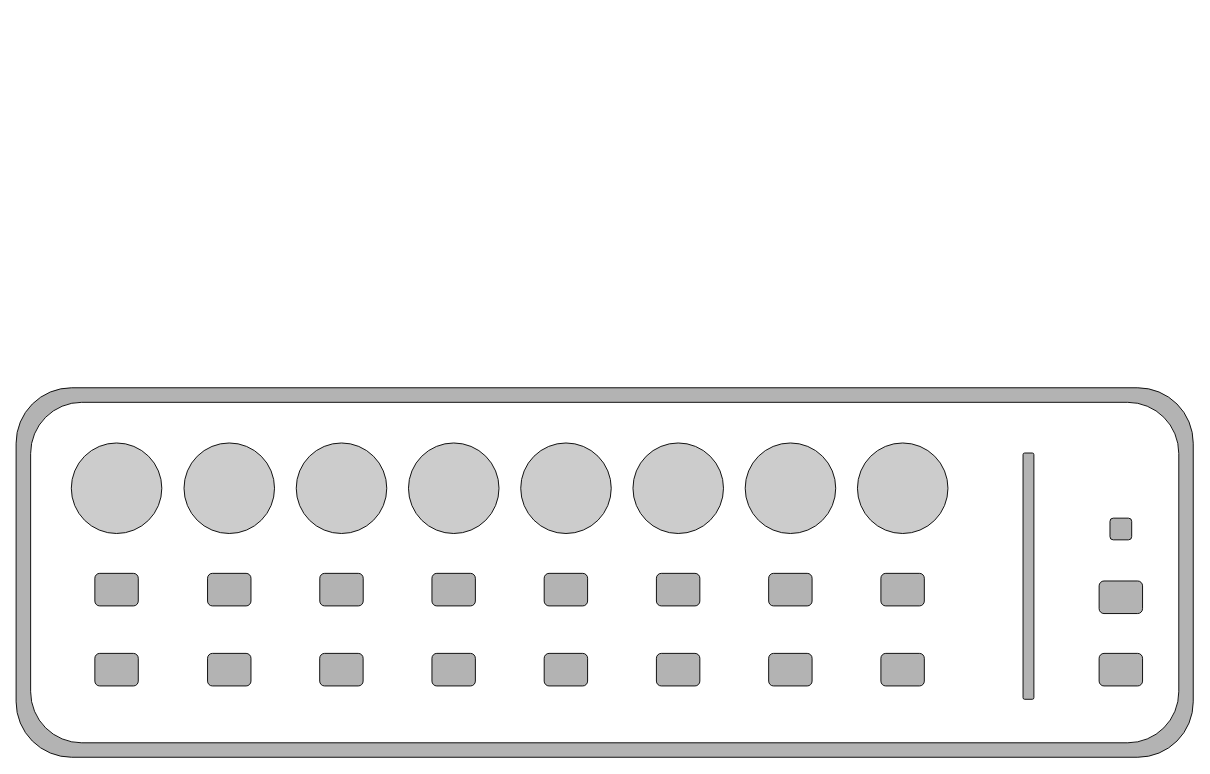
Before: overlays/X-Touch Mini/X-Touch Mini Template.drawio in ereidelbach/dcs, a draw.io diagram. Source tidied: cells renumbered, new cells numbered last; positions are measured from the earlier drawing's top-left corner, leaving out a move shared by most shapes. Both pictures are drawn from the tidied source at 92%, with x=0, y=0 at pixel (16, 387).
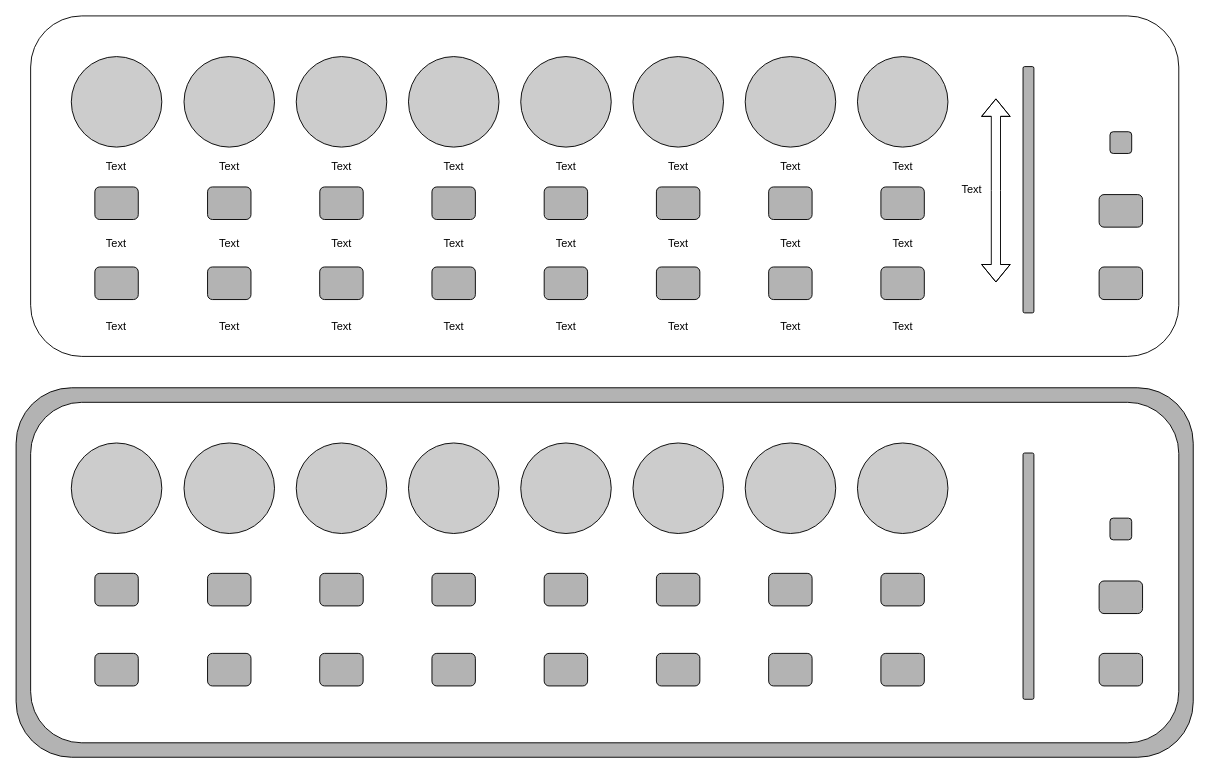
The same diagram, later.

Commit message:
Update X-Touch Mini Template.drawio with text boxes

Diff of the diagram source:
```diff
@@
+    <mxCell id="32" style="rounded=1;whiteSpace=wrap;html=1;glass=0;shadow=0;" parent="1" vertex="1">
+      <mxGeometry x="15.8" y="-404.2" width="1248" height="370.1" as="geometry" />
+    </mxCell>
+    <mxCell id="33" style="ellipse;whiteSpace=wrap;html=1;fillColor=#CCCCCC;fontSize=39;fontStyle=1;" parent="1" vertex="1">
+      <mxGeometry x="182.5" y="-360" width="98.4" height="98.4" as="geometry" />
+    </mxCell>
+    <mxCell id="34" style="ellipse;whiteSpace=wrap;html=1;fillColor=#CCCCCC;fontSize=39;fontStyle=1;" parent="1" vertex="1">
+      <mxGeometry x="60" y="-360" width="98.4" height="98.4" as="geometry" />
+    </mxCell>
+    <mxCell id="35" style="ellipse;whiteSpace=wrap;html=1;fillColor=#CCCCCC;fontSize=39;fontStyle=1;" parent="1" vertex="1">
+      <mxGeometry x="304.5" y="-360" width="98.4" height="98.4" as="geometry" />
+    </mxCell>
+    <mxCell id="36" style="ellipse;whiteSpace=wrap;html=1;fillColor=#CCCCCC;fontSize=39;fontStyle=1;" parent="1" vertex="1">
+      <mxGeometry x="426.5" y="-360" width="98.4" height="98.4" as="geometry" />
+    </mxCell>
+    <mxCell id="37" style="ellipse;whiteSpace=wrap;html=1;fillColor=#CCCCCC;fontSize=39;fontStyle=1;" parent="1" vertex="1">
+      <mxGeometry x="548.5" y="-360" width="98.4" height="98.4" as="geometry" />
+    </mxCell>
+    <mxCell id="38" style="ellipse;whiteSpace=wrap;html=1;fillColor=#CCCCCC;fontSize=39;fontStyle=1;" parent="1" vertex="1">
+      <mxGeometry x="670.5" y="-360" width="98.4" height="98.4" as="geometry" />
+    </mxCell>
+    <mxCell id="39" style="ellipse;whiteSpace=wrap;html=1;fillColor=#CCCCCC;fontSize=39;fontStyle=1;" parent="1" vertex="1">
+      <mxGeometry x="792.5" y="-360" width="98.4" height="98.4" as="geometry" />
+    </mxCell>
+    <mxCell id="40" style="ellipse;whiteSpace=wrap;html=1;fillColor=#CCCCCC;fontSize=39;fontStyle=1;" parent="1" vertex="1">
+      <mxGeometry x="914.5" y="-360" width="98.4" height="98.4" as="geometry" />
+    </mxCell>
+    <mxCell id="41" style="rounded=1;whiteSpace=wrap;html=1;fontSize=19;fillColor=#B3B3B3;" parent="1" vertex="1">
+      <mxGeometry x="85.6" y="-218.3" width="47.2" height="35.4" as="geometry" />
+    </mxCell>
+    <mxCell id="42" style="rounded=1;whiteSpace=wrap;html=1;fontSize=19;fillColor=#B3B3B3;" parent="1" vertex="1">
+      <mxGeometry x="85.6" y="-131.3" width="47.2" height="35.4" as="geometry" />
+    </mxCell>
+    <mxCell id="43" style="rounded=1;whiteSpace=wrap;html=1;fontSize=19;fillColor=#B3B3B3;" parent="1" vertex="1">
+      <mxGeometry x="208.1" y="-218.3" width="47.2" height="35.4" as="geometry" />
+    </mxCell>
+    <mxCell id="44" style="rounded=1;whiteSpace=wrap;html=1;fontSize=19;fillColor=#B3B3B3;" parent="1" vertex="1">
+      <mxGeometry x="330.1" y="-218.3" width="47.2" height="35.4" as="geometry" />
+    </mxCell>
+    <mxCell id="45" style="rounded=1;whiteSpace=wrap;html=1;fontSize=19;fillColor=#B3B3B3;" parent="1" vertex="1">
+      <mxGeometry x="452" y="-218.3" width="47.2" height="35.4" as="geometry" />
+    </mxCell>
+    <mxCell id="46" style="rounded=1;whiteSpace=wrap;html=1;fontSize=19;fillColor=#B3B3B3;" parent="1" vertex="1">
+      <mxGeometry x="574" y="-218.3" width="47.2" height="35.4" as="geometry" />
+    </mxCell>
+    <mxCell id="47" style="rounded=1;whiteSpace=wrap;html=1;fontSize=19;fillColor=#B3B3B3;" parent="1" vertex="1">
+      <mxGeometry x="696" y="-218.3" width="47.2" height="35.4" as="geometry" />
+    </mxCell>
+    <mxCell id="48" style="rounded=1;whiteSpace=wrap;html=1;fontSize=19;fillColor=#B3B3B3;" parent="1" vertex="1">
+      <mxGeometry x="818" y="-218.3" width="47.2" height="35.4" as="geometry" />
+    </mxCell>
+    <mxCell id="49" style="rounded=1;whiteSpace=wrap;html=1;fontSize=19;fillColor=#B3B3B3;" parent="1" vertex="1">
+      <mxGeometry x="940" y="-218.3" width="47.2" height="35.4" as="geometry" />
+    </mxCell>
+    <mxCell id="50" style="rounded=1;whiteSpace=wrap;html=1;fontSize=19;fillColor=#B3B3B3;" parent="1" vertex="1">
+      <mxGeometry x="208.1" y="-131.3" width="47.2" height="35.4" as="geometry" />
+    </mxCell>
+    <mxCell id="51" style="rounded=1;whiteSpace=wrap;html=1;fontSize=19;fillColor=#B3B3B3;" parent="1" vertex="1">
+      <mxGeometry x="330" y="-131.3" width="47.2" height="35.4" as="geometry" />
+    </mxCell>
+    <mxCell id="52" style="rounded=1;whiteSpace=wrap;html=1;fontSize=19;fillColor=#B3B3B3;" parent="1" vertex="1">
+      <mxGeometry x="452" y="-131.3" width="47.2" height="35.4" as="geometry" />
+    </mxCell>
+    <mxCell id="53" style="rounded=1;whiteSpace=wrap;html=1;fontSize=19;fillColor=#B3B3B3;" parent="1" vertex="1">
+      <mxGeometry x="574" y="-131.3" width="47.2" height="35.4" as="geometry" />
+    </mxCell>
+    <mxCell id="54" style="rounded=1;whiteSpace=wrap;html=1;fontSize=19;fillColor=#B3B3B3;" parent="1" vertex="1">
+      <mxGeometry x="696" y="-131.3" width="47.2" height="35.4" as="geometry" />
+    </mxCell>
+    <mxCell id="55" style="rounded=1;whiteSpace=wrap;html=1;fontSize=19;fillColor=#B3B3B3;" parent="1" vertex="1">
+      <mxGeometry x="818" y="-131.3" width="47.2" height="35.4" as="geometry" />
+    </mxCell>
+    <mxCell id="56" style="rounded=1;whiteSpace=wrap;html=1;fontSize=19;fillColor=#B3B3B3;" parent="1" vertex="1">
+      <mxGeometry x="940" y="-131.3" width="47.2" height="35.4" as="geometry" />
+    </mxCell>
+    <mxCell id="57" style="rounded=1;whiteSpace=wrap;html=1;fontSize=19;fillColor=#B3B3B3;" parent="1" vertex="1">
+      <mxGeometry x="1177.2" y="-210" width="47.2" height="35.4" as="geometry" />
+    </mxCell>
+    <mxCell id="58" style="rounded=1;whiteSpace=wrap;html=1;fontSize=19;fillColor=#B3B3B3;" parent="1" vertex="1">
+      <mxGeometry x="1177.2" y="-131.3" width="47.2" height="35.4" as="geometry" />
+    </mxCell>
+    <mxCell id="59" style="rounded=1;whiteSpace=wrap;html=1;fillColor=#B3B3B3;fontSize=19;" parent="1" vertex="1">
+      <mxGeometry x="1094.5" y="-349.1" width="11.8" height="267.7" as="geometry" />
+    </mxCell>
+    <mxCell id="60" style="rounded=1;whiteSpace=wrap;html=1;fontSize=19;fillColor=#B3B3B3;" parent="1" vertex="1">
+      <mxGeometry x="1189" y="-278.3" width="23.6" height="23.6" as="geometry" />
+    </mxCell>
+    <mxCell id="61" value="Text" style="text;html=1;strokeColor=none;fillColor=none;align=center;verticalAlign=middle;whiteSpace=wrap;rounded=0;" parent="1" vertex="1">
+      <mxGeometry x="567.6" y="-81.4" width="60" height="30" as="geometry" />
+    </mxCell>
+    <mxCell id="62" value="Text" style="text;html=1;strokeColor=none;fillColor=none;align=center;verticalAlign=middle;whiteSpace=wrap;rounded=0;" parent="1" vertex="1">
+      <mxGeometry x="445.7" y="-81.4" width="60" height="30" as="geometry" />
+    </mxCell>
+    <mxCell id="63" value="Text" style="text;html=1;strokeColor=none;fillColor=none;align=center;verticalAlign=middle;whiteSpace=wrap;rounded=0;" parent="1" vertex="1">
+      <mxGeometry x="445.6" y="-172" width="60" height="30" as="geometry" />
+    </mxCell>
+    <mxCell id="64" value="Text" style="text;html=1;strokeColor=none;fillColor=none;align=center;verticalAlign=middle;whiteSpace=wrap;rounded=0;" parent="1" vertex="1">
+      <mxGeometry x="567.7" y="-172" width="60" height="30" as="geometry" />
+    </mxCell>
+    <mxCell id="65" value="Text" style="text;html=1;strokeColor=none;fillColor=none;align=center;verticalAlign=middle;whiteSpace=wrap;rounded=0;" parent="1" vertex="1">
+      <mxGeometry x="689.6" y="-81.4" width="60" height="30" as="geometry" />
+    </mxCell>
+    <mxCell id="66" value="Text" style="text;html=1;strokeColor=none;fillColor=none;align=center;verticalAlign=middle;whiteSpace=wrap;rounded=0;" parent="1" vertex="1">
+      <mxGeometry x="689.6" y="-172" width="60" height="30" as="geometry" />
+    </mxCell>
+    <mxCell id="67" value="Text" style="text;html=1;strokeColor=none;fillColor=none;align=center;verticalAlign=middle;whiteSpace=wrap;rounded=0;" parent="1" vertex="1">
+      <mxGeometry x="811.6" y="-81.4" width="60" height="30" as="geometry" />
+    </mxCell>
+    <mxCell id="68" value="Text" style="text;html=1;strokeColor=none;fillColor=none;align=center;verticalAlign=middle;whiteSpace=wrap;rounded=0;" parent="1" vertex="1">
+      <mxGeometry x="811.6" y="-172" width="60" height="30" as="geometry" />
+    </mxCell>
+    <mxCell id="69" value="Text" style="text;html=1;strokeColor=none;fillColor=none;align=center;verticalAlign=middle;whiteSpace=wrap;rounded=0;" parent="1" vertex="1">
+      <mxGeometry x="933.6" y="-81.4" width="60" height="30" as="geometry" />
+    </mxCell>
+    <mxCell id="70" value="Text" style="text;html=1;strokeColor=none;fillColor=none;align=center;verticalAlign=middle;whiteSpace=wrap;rounded=0;" parent="1" vertex="1">
+      <mxGeometry x="933.6" y="-172" width="60" height="30" as="geometry" />
+    </mxCell>
+    <mxCell id="71" value="Text" style="text;html=1;strokeColor=none;fillColor=none;align=center;verticalAlign=middle;whiteSpace=wrap;rounded=0;" parent="1" vertex="1">
+      <mxGeometry x="323.6" y="-81.4" width="60" height="30" as="geometry" />
+    </mxCell>
+    <mxCell id="72" value="Text" style="text;html=1;strokeColor=none;fillColor=none;align=center;verticalAlign=middle;whiteSpace=wrap;rounded=0;" parent="1" vertex="1">
+      <mxGeometry x="323.6" y="-172" width="60" height="30" as="geometry" />
+    </mxCell>
+    <mxCell id="73" value="Text" style="text;html=1;strokeColor=none;fillColor=none;align=center;verticalAlign=middle;whiteSpace=wrap;rounded=0;" parent="1" vertex="1">
+      <mxGeometry x="201.7" y="-81.4" width="60" height="30" as="geometry" />
+    </mxCell>
+    <mxCell id="74" value="Text" style="text;html=1;strokeColor=none;fillColor=none;align=center;verticalAlign=middle;whiteSpace=wrap;rounded=0;" parent="1" vertex="1">
+      <mxGeometry x="201.7" y="-172" width="60" height="30" as="geometry" />
+    </mxCell>
+    <mxCell id="75" value="Text" style="text;html=1;strokeColor=none;fillColor=none;align=center;verticalAlign=middle;whiteSpace=wrap;rounded=0;" parent="1" vertex="1">
+      <mxGeometry x="79.2" y="-81.4" width="60" height="30" as="geometry" />
+    </mxCell>
+    <mxCell id="76" value="Text" style="text;html=1;strokeColor=none;fillColor=none;align=center;verticalAlign=middle;whiteSpace=wrap;rounded=0;" parent="1" vertex="1">
+      <mxGeometry x="79.2" y="-172" width="60" height="30" as="geometry" />
+    </mxCell>
+    <mxCell id="77" value="Text" style="text;html=1;strokeColor=none;fillColor=none;align=center;verticalAlign=middle;whiteSpace=wrap;rounded=0;" parent="1" vertex="1">
+      <mxGeometry x="1009" y="-230.3" width="60" height="30" as="geometry" />
+    </mxCell>
+    <mxCell id="78" style="shape=flexArrow;endArrow=classic;startArrow=classic;html=1;rounded=0;" parent="1" edge="1">
+      <mxGeometry relative="1" as="geometry">
+        <mxPoint x="1065" y="-114.5" as="sourcePoint" />
+        <mxPoint x="1065" y="-314.5" as="targetPoint" />
+        <Array as="points">
+          <mxPoint x="1065" y="-214.5" />
+        </Array>
+      </mxGeometry>
+    </mxCell>
+    <mxCell id="79" value="Text" style="text;html=1;strokeColor=none;fillColor=none;align=center;verticalAlign=middle;whiteSpace=wrap;rounded=0;" parent="1" vertex="1">
+      <mxGeometry x="79.2" y="-254.7" width="60" height="30" as="geometry" />
+    </mxCell>
+    <mxCell id="80" value="Text" style="text;html=1;strokeColor=none;fillColor=none;align=center;verticalAlign=middle;whiteSpace=wrap;rounded=0;" parent="1" vertex="1">
+      <mxGeometry x="201.7" y="-254.7" width="60" height="30" as="geometry" />
+    </mxCell>
+    <mxCell id="81" value="Text" style="text;html=1;strokeColor=none;fillColor=none;align=center;verticalAlign=middle;whiteSpace=wrap;rounded=0;" parent="1" vertex="1">
+      <mxGeometry x="323.7" y="-254.7" width="60" height="30" as="geometry" />
+    </mxCell>
+    <mxCell id="82" value="Text" style="text;html=1;strokeColor=none;fillColor=none;align=center;verticalAlign=middle;whiteSpace=wrap;rounded=0;" parent="1" vertex="1">
+      <mxGeometry x="445.6" y="-254.7" width="60" height="30" as="geometry" />
+    </mxCell>
+    <mxCell id="83" value="Text" style="text;html=1;strokeColor=none;fillColor=none;align=center;verticalAlign=middle;whiteSpace=wrap;rounded=0;" parent="1" vertex="1">
+      <mxGeometry x="567.7" y="-254.7" width="60" height="30" as="geometry" />
+    </mxCell>
+    <mxCell id="84" value="Text" style="text;html=1;strokeColor=none;fillColor=none;align=center;verticalAlign=middle;whiteSpace=wrap;rounded=0;" parent="1" vertex="1">
+      <mxGeometry x="689.6" y="-254.7" width="60" height="30" as="geometry" />
+    </mxCell>
+    <mxCell id="85" value="Text" style="text;html=1;strokeColor=none;fillColor=none;align=center;verticalAlign=middle;whiteSpace=wrap;rounded=0;" parent="1" vertex="1">
+      <mxGeometry x="811.6" y="-254.7" width="60" height="30" as="geometry" />
+    </mxCell>
+    <mxCell id="86" value="Text" style="text;html=1;strokeColor=none;fillColor=none;align=center;verticalAlign=middle;whiteSpace=wrap;rounded=0;" parent="1" vertex="1">
+      <mxGeometry x="933.6" y="-254.7" width="60" height="30" as="geometry" />
+    </mxCell>
```
